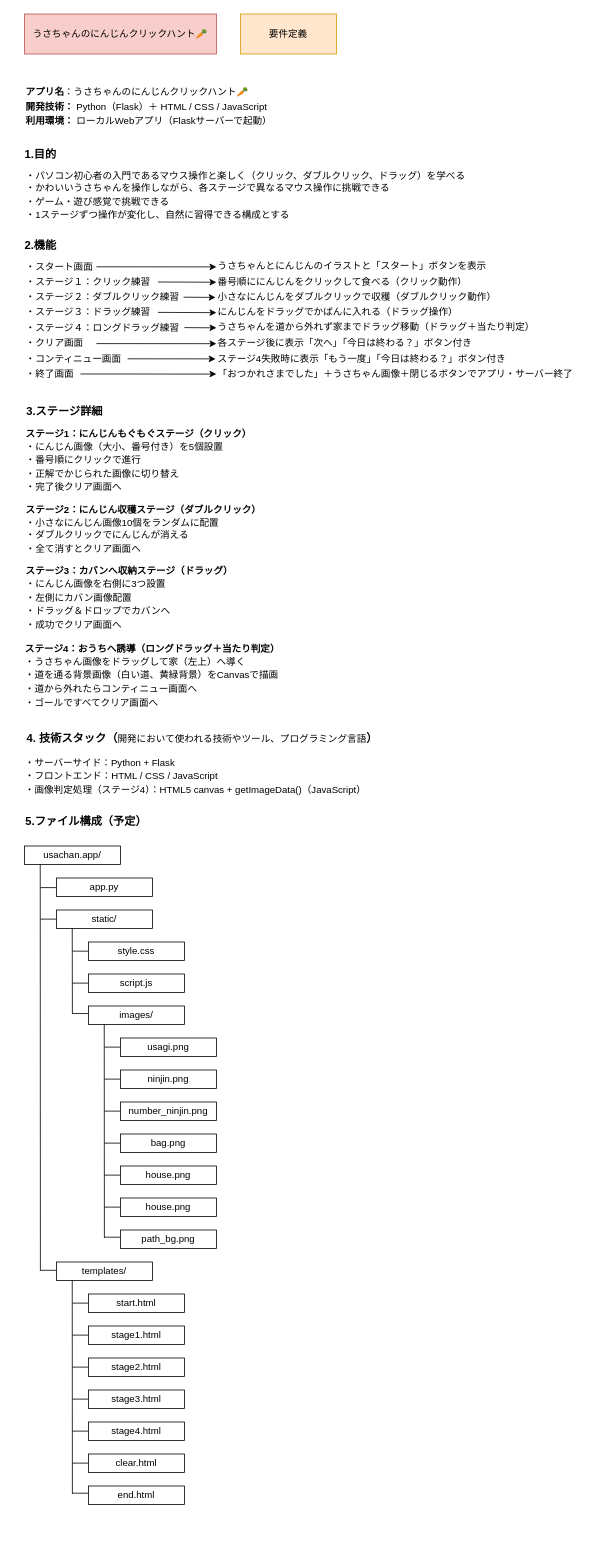
Above: page "要件定義" (3 of 7) of usagi.drawio in erioonishi/usagi_click (draw.io), before the change. Source tidied: cells renumbered, new cells numbered last; positions are measured from the earlier drawing's top-left corner, leaving out a move shared by most shapes. Both pictures are drawn from the tidied source at 80%, with x=0, y=0 at pixel (14, 14).
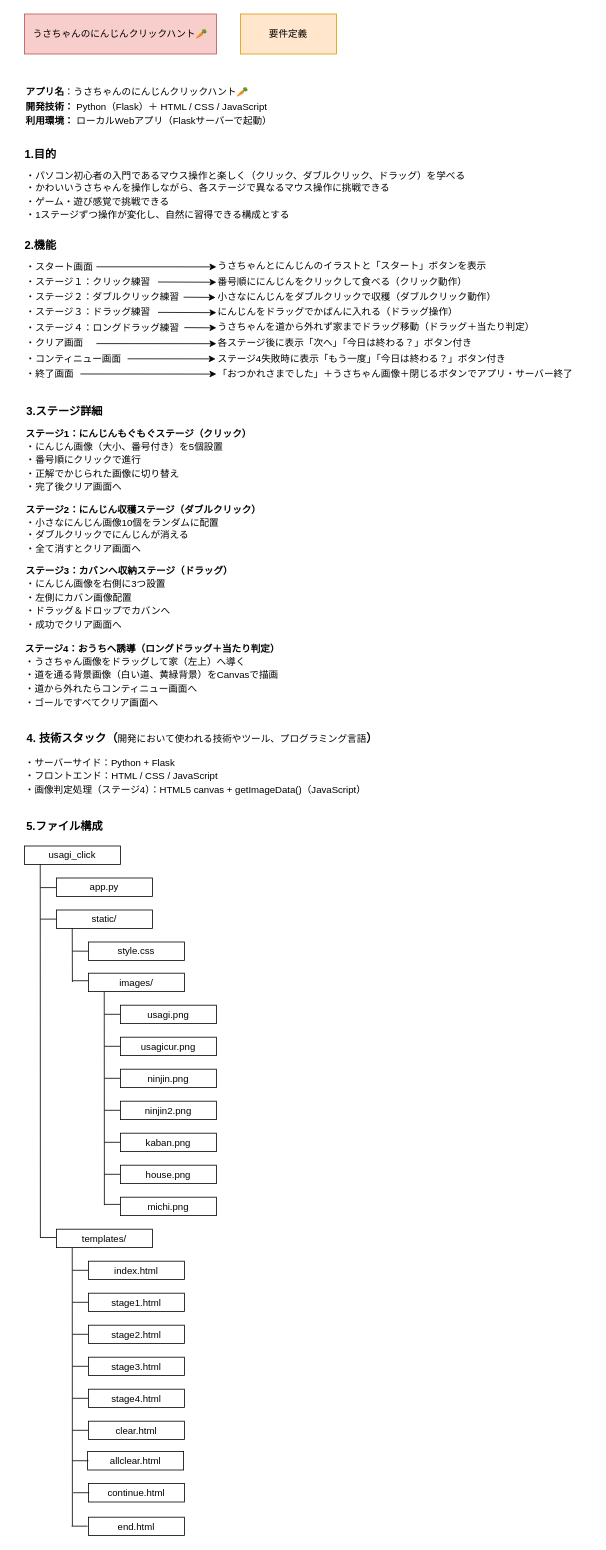
Above is the later version.

Commit message (it also covers changes not shown here):
2025.05.22app.py修正

The edit, as a diff of the source:
```diff
@@
-    <mxCell id="25" value="&lt;b&gt;&lt;font style=&quot;font-size: 14px;&quot;&gt;5.ファイル構成（予定）&lt;/font&gt;&lt;/b&gt;" style="text;html=1;align=center;verticalAlign=middle;strokeColor=none;fillColor=none;" parent="1" vertex="1">
-      <mxGeometry y="994" width="180" height="30" as="geometry" />
+    <mxCell id="25" value="&lt;b&gt;&lt;font style=&quot;font-size: 14px;&quot;&gt;5.ファイル構成&lt;/font&gt;&lt;/b&gt;" style="text;html=1;align=center;verticalAlign=middle;strokeColor=none;fillColor=none;" parent="1" vertex="1">
+      <mxGeometry x="3" y="1001" width="120" height="30" as="geometry" />
     </mxCell>
-    <mxCell id="26" value="usachan.app/" style="rounded=0;whiteSpace=wrap;html=1;" parent="1" vertex="1">
+    <mxCell id="26" value="usagi_click" style="rounded=0;whiteSpace=wrap;html=1;" parent="1" vertex="1">
       <mxGeometry x="13" y="1040" width="120" height="23" as="geometry" />
     </mxCell>
@@
-    <mxCell id="30" value="script.js" style="rounded=0;whiteSpace=wrap;html=1;" parent="1" vertex="1">
-      <mxGeometry x="93" y="1200" width="120" height="23" as="geometry" />
-    </mxCell>
     <mxCell id="31" value="images/" style="rounded=0;whiteSpace=wrap;html=1;" parent="1" vertex="1">
-      <mxGeometry x="93" y="1240" width="120" height="23" as="geometry" />
+      <mxGeometry x="93" y="1199" width="120" height="23" as="geometry" />
     </mxCell>
     <mxCell id="32" value="usagi.png" style="rounded=0;whiteSpace=wrap;html=1;" parent="1" vertex="1">
-      <mxGeometry x="133" y="1280" width="120" height="23" as="geometry" />
+      <mxGeometry x="133" y="1239" width="120" height="23" as="geometry" />
     </mxCell>
-    <mxCell id="33" value="ninjin.png" style="rounded=0;whiteSpace=wrap;html=1;" parent="1" vertex="1">
-      <mxGeometry x="133" y="1320" width="120" height="23" as="geometry" />
+    <mxCell id="33" value="usagicur.png" style="rounded=0;whiteSpace=wrap;html=1;" parent="1" vertex="1">
+      <mxGeometry x="133" y="1279" width="120" height="23" as="geometry" />
     </mxCell>
-    <mxCell id="34" value="number_ninjin.png" style="rounded=0;whiteSpace=wrap;html=1;" parent="1" vertex="1">
-      <mxGeometry x="133" y="1360" width="120" height="23" as="geometry" />
+    <mxCell id="34" value="ninjin.png" style="rounded=0;whiteSpace=wrap;html=1;" parent="1" vertex="1">
+      <mxGeometry x="133" y="1319" width="120" height="23" as="geometry" />
     </mxCell>
-    <mxCell id="35" value="bag.png" style="rounded=0;whiteSpace=wrap;html=1;" parent="1" vertex="1">
-      <mxGeometry x="133" y="1400" width="120" height="23" as="geometry" />
+    <mxCell id="35" value="&lt;span style=&quot;color: rgb(0, 0, 0);&quot;&gt;ninjin2.png&lt;/span&gt;" style="rounded=0;whiteSpace=wrap;html=1;" parent="1" vertex="1">
+      <mxGeometry x="133" y="1359" width="120" height="23" as="geometry" />
     </mxCell>
     <mxCell id="36" value="house.png" style="rounded=0;whiteSpace=wrap;html=1;" parent="1" vertex="1">
-      <mxGeometry x="133" y="1480" width="120" height="23" as="geometry" />
+      <mxGeometry x="133" y="1439" width="120" height="23" as="geometry" />
     </mxCell>
-    <mxCell id="37" value="house.png" style="rounded=0;whiteSpace=wrap;html=1;" parent="1" vertex="1">
-      <mxGeometry x="133" y="1440" width="120" height="23" as="geometry" />
+    <mxCell id="37" value="kaban.png" style="rounded=0;whiteSpace=wrap;html=1;" parent="1" vertex="1">
+      <mxGeometry x="133" y="1399" width="120" height="23" as="geometry" />
     </mxCell>
-    <mxCell id="38" value="path_bg.png" style="rounded=0;whiteSpace=wrap;html=1;" parent="1" vertex="1">
-      <mxGeometry x="133" y="1520" width="120" height="23" as="geometry" />
+    <mxCell id="38" value="michi.png" style="rounded=0;whiteSpace=wrap;html=1;" parent="1" vertex="1">
+      <mxGeometry x="133" y="1479" width="120" height="23" as="geometry" />
     </mxCell>
     <mxCell id="39" value="templates/" style="rounded=0;whiteSpace=wrap;html=1;" parent="1" vertex="1">
-      <mxGeometry x="53" y="1560" width="120" height="23" as="geometry" />
+      <mxGeometry x="53" y="1519" width="120" height="23" as="geometry" />
     </mxCell>
-    <mxCell id="40" value="start.html" style="rounded=0;whiteSpace=wrap;html=1;" parent="1" vertex="1">
-      <mxGeometry x="93" y="1600" width="120" height="23" as="geometry" />
+    <mxCell id="40" value="index.html" style="rounded=0;whiteSpace=wrap;html=1;" parent="1" vertex="1">
+      <mxGeometry x="93" y="1559" width="120" height="23" as="geometry" />
     </mxCell>
     <mxCell id="41" value="stage1.html" style="rounded=0;whiteSpace=wrap;html=1;" parent="1" vertex="1">
-      <mxGeometry x="93" y="1640" width="120" height="23" as="geometry" />
+      <mxGeometry x="93" y="1599" width="120" height="23" as="geometry" />
     </mxCell>
     <mxCell id="42" value="stage2.html" style="rounded=0;whiteSpace=wrap;html=1;" parent="1" vertex="1">
-      <mxGeometry x="93" y="1680" width="120" height="23" as="geometry" />
+      <mxGeometry x="93" y="1639" width="120" height="23" as="geometry" />
     </mxCell>
     <mxCell id="43" value="stage3.html" style="rounded=0;whiteSpace=wrap;html=1;" parent="1" vertex="1">
-      <mxGeometry x="93" y="1720" width="120" height="23" as="geometry" />
+      <mxGeometry x="93" y="1679" width="120" height="23" as="geometry" />
     </mxCell>
     <mxCell id="44" value="stage4.html" style="rounded=0;whiteSpace=wrap;html=1;" parent="1" vertex="1">
-      <mxGeometry x="93" y="1760" width="120" height="23" as="geometry" />
+      <mxGeometry x="93" y="1719" width="120" height="23" as="geometry" />
     </mxCell>
     <mxCell id="45" value="clear.html" style="rounded=0;whiteSpace=wrap;html=1;" parent="1" vertex="1">
-      <mxGeometry x="93" y="1800" width="120" height="23" as="geometry" />
+      <mxGeometry x="93" y="1759" width="120" height="23" as="geometry" />
     </mxCell>
     <mxCell id="46" value="end.html" style="rounded=0;whiteSpace=wrap;html=1;" parent="1" vertex="1">
-      <mxGeometry x="93" y="1840" width="120" height="23" as="geometry" />
+      <mxGeometry x="93" y="1879" width="120" height="23" as="geometry" />
     </mxCell>
     <mxCell id="47" style="endArrow=none;html=1;entryX=0.417;entryY=1.128;entryDx=0;entryDy=0;entryPerimeter=0;" parent="1" edge="1">
       <mxGeometry relative="1" as="geometry">
-        <mxPoint x="33" y="1571" as="sourcePoint" />
+        <mxPoint x="33" y="1530" as="sourcePoint" />
         <mxPoint x="32.8" y="1063" as="targetPoint" />
       </mxGeometry>
     </mxCell>
     <mxCell id="48" style="endArrow=none;html=1;entryX=0.417;entryY=1.128;entryDx=0;entryDy=0;entryPerimeter=0;" parent="1" edge="1">
       <mxGeometry relative="1" as="geometry">
-        <mxPoint x="73" y="1250" as="sourcePoint" />
+        <mxPoint x="73" y="1210" as="sourcePoint" />
         <mxPoint x="72.8" y="1143" as="targetPoint" />
       </mxGeometry>
     </mxCell>
     <mxCell id="49" style="endArrow=none;html=1;entryX=0.417;entryY=1.128;entryDx=0;entryDy=0;entryPerimeter=0;" parent="1" edge="1">
       <mxGeometry relative="1" as="geometry">
-        <mxPoint x="73" y="1850" as="sourcePoint" />
-        <mxPoint x="72.8" y="1583" as="targetPoint" />
+        <mxPoint x="73" y="1890" as="sourcePoint" />
+        <mxPoint x="72.8" y="1542" as="targetPoint" />
       </mxGeometry>
     </mxCell>
     <mxCell id="50" style="endArrow=none;html=1;entryX=0.417;entryY=1.128;entryDx=0;entryDy=0;entryPerimeter=0;" parent="1" edge="1">
       <mxGeometry relative="1" as="geometry">
-        <mxPoint x="113" y="1530" as="sourcePoint" />
-        <mxPoint x="112.8" y="1263" as="targetPoint" />
+        <mxPoint x="113" y="1489" as="sourcePoint" />
+        <mxPoint x="112.8" y="1222" as="targetPoint" />
       </mxGeometry>
     </mxCell>
@@
-    <mxCell id="54" style="endArrow=none;html=1;" parent="1" edge="1">
-      <mxGeometry relative="1" as="geometry">
-        <mxPoint x="73" y="1211.4" as="sourcePoint" />
-        <mxPoint x="93" y="1211.4" as="targetPoint" />
-      </mxGeometry>
-    </mxCell>
     <mxCell id="55" style="endArrow=none;html=1;" parent="1" edge="1">
       <mxGeometry relative="1" as="geometry">
-        <mxPoint x="73" y="1249.4" as="sourcePoint" />
-        <mxPoint x="93" y="1249.4" as="targetPoint" />
+        <mxPoint x="73" y="1208.4" as="sourcePoint" />
+        <mxPoint x="93" y="1208.4" as="targetPoint" />
       </mxGeometry>
     </mxCell>
     <mxCell id="56" style="endArrow=none;html=1;" parent="1" edge="1">
       <mxGeometry relative="1" as="geometry">
-        <mxPoint x="113" y="1291.4" as="sourcePoint" />
-        <mxPoint x="133" y="1291.4" as="targetPoint" />
+        <mxPoint x="113" y="1250.4" as="sourcePoint" />
+        <mxPoint x="133" y="1250.4" as="targetPoint" />
       </mxGeometry>
     </mxCell>
     <mxCell id="57" style="endArrow=none;html=1;" parent="1" edge="1">
       <mxGeometry relative="1" as="geometry">
-        <mxPoint x="113" y="1331.4" as="sourcePoint" />
-        <mxPoint x="133" y="1331.4" as="targetPoint" />
+        <mxPoint x="113" y="1290.4" as="sourcePoint" />
+        <mxPoint x="133" y="1290.4" as="targetPoint" />
       </mxGeometry>
     </mxCell>
     <mxCell id="58" style="endArrow=none;html=1;" parent="1" edge="1">
       <mxGeometry relative="1" as="geometry">
-        <mxPoint x="113" y="1371.4" as="sourcePoint" />
-        <mxPoint x="133" y="1371.4" as="targetPoint" />
+        <mxPoint x="113" y="1330.4" as="sourcePoint" />
+        <mxPoint x="133" y="1330.4" as="targetPoint" />
       </mxGeometry>
     </mxCell>
     <mxCell id="59" style="endArrow=none;html=1;" parent="1" edge="1">
       <mxGeometry relative="1" as="geometry">
-        <mxPoint x="113" y="1411.4" as="sourcePoint" />
-        <mxPoint x="133" y="1411.4" as="targetPoint" />
+        <mxPoint x="113" y="1370.4" as="sourcePoint" />
+        <mxPoint x="133" y="1370.4" as="targetPoint" />
       </mxGeometry>
     </mxCell>
     <mxCell id="60" style="endArrow=none;html=1;" parent="1" edge="1">
       <mxGeometry relative="1" as="geometry">
-        <mxPoint x="113" y="1451.4" as="sourcePoint" />
-        <mxPoint x="133" y="1451.4" as="targetPoint" />
+        <mxPoint x="113" y="1410.4" as="sourcePoint" />
+        <mxPoint x="133" y="1410.4" as="targetPoint" />
       </mxGeometry>
     </mxCell>
     <mxCell id="61" style="endArrow=none;html=1;" parent="1" edge="1">
       <mxGeometry relative="1" as="geometry">
-        <mxPoint x="113" y="1491.4" as="sourcePoint" />
-        <mxPoint x="133" y="1491.4" as="targetPoint" />
+        <mxPoint x="113" y="1450.4" as="sourcePoint" />
+        <mxPoint x="133" y="1450.4" as="targetPoint" />
       </mxGeometry>
     </mxCell>
     <mxCell id="62" style="endArrow=none;html=1;" parent="1" edge="1">
       <mxGeometry relative="1" as="geometry">
-        <mxPoint x="113" y="1529" as="sourcePoint" />
-        <mxPoint x="133" y="1529" as="targetPoint" />
+        <mxPoint x="113" y="1488" as="sourcePoint" />
+        <mxPoint x="133" y="1488" as="targetPoint" />
       </mxGeometry>
     </mxCell>
     <mxCell id="63" style="endArrow=none;html=1;" parent="1" edge="1">
       <mxGeometry relative="1" as="geometry">
-        <mxPoint x="73" y="1611.4" as="sourcePoint" />
-        <mxPoint x="93" y="1611.4" as="targetPoint" />
+        <mxPoint x="73" y="1570.4" as="sourcePoint" />
+        <mxPoint x="93" y="1570.4" as="targetPoint" />
       </mxGeometry>
     </mxCell>
     <mxCell id="64" style="endArrow=none;html=1;" parent="1" edge="1">
       <mxGeometry relative="1" as="geometry">
-        <mxPoint x="73" y="1651.4" as="sourcePoint" />
-        <mxPoint x="93" y="1651.4" as="targetPoint" />
+        <mxPoint x="73" y="1610.4" as="sourcePoint" />
+        <mxPoint x="93" y="1610.4" as="targetPoint" />
       </mxGeometry>
     </mxCell>
     <mxCell id="65" style="endArrow=none;html=1;" parent="1" edge="1">
       <mxGeometry relative="1" as="geometry">
-        <mxPoint x="73" y="1691.4" as="sourcePoint" />
-        <mxPoint x="93" y="1691.4" as="targetPoint" />
+        <mxPoint x="73" y="1650.4" as="sourcePoint" />
+        <mxPoint x="93" y="1650.4" as="targetPoint" />
       </mxGeometry>
     </mxCell>
     <mxCell id="66" style="endArrow=none;html=1;" parent="1" edge="1">
       <mxGeometry relative="1" as="geometry">
-        <mxPoint x="73" y="1731.4" as="sourcePoint" />
-        <mxPoint x="93" y="1731.4" as="targetPoint" />
+        <mxPoint x="73" y="1690.4" as="sourcePoint" />
+        <mxPoint x="93" y="1690.4" as="targetPoint" />
       </mxGeometry>
     </mxCell>
     <mxCell id="67" style="endArrow=none;html=1;" parent="1" edge="1">
       <mxGeometry relative="1" as="geometry">
-        <mxPoint x="73" y="1771.4" as="sourcePoint" />
-        <mxPoint x="93" y="1771.4" as="targetPoint" />
+        <mxPoint x="73" y="1730.4" as="sourcePoint" />
+        <mxPoint x="93" y="1730.4" as="targetPoint" />
       </mxGeometry>
     </mxCell>
     <mxCell id="68" style="endArrow=none;html=1;" parent="1" edge="1">
       <mxGeometry relative="1" as="geometry">
-        <mxPoint x="73" y="1811.4" as="sourcePoint" />
-        <mxPoint x="93" y="1811.4" as="targetPoint" />
+        <mxPoint x="73" y="1770.4" as="sourcePoint" />
+        <mxPoint x="93" y="1770.4" as="targetPoint" />
       </mxGeometry>
     </mxCell>
     <mxCell id="69" style="endArrow=none;html=1;" parent="1" edge="1">
       <mxGeometry relative="1" as="geometry">
-        <mxPoint x="73" y="1849" as="sourcePoint" />
-        <mxPoint x="93" y="1849" as="targetPoint" />
+        <mxPoint x="72" y="1890.2" as="sourcePoint" />
+        <mxPoint x="92" y="1890.2" as="targetPoint" />
       </mxGeometry>
     </mxCell>
     <mxCell id="70" style="endArrow=none;html=1;" parent="1" edge="1">
       <mxGeometry relative="1" as="geometry">
-        <mxPoint x="33" y="1570.4" as="sourcePoint" />
-        <mxPoint x="53" y="1570.4" as="targetPoint" />
+        <mxPoint x="33" y="1529.4" as="sourcePoint" />
+        <mxPoint x="53" y="1529.4" as="targetPoint" />
       </mxGeometry>
     </mxCell>
+    <mxCell id="71" value="allclear.html" style="rounded=0;whiteSpace=wrap;html=1;" parent="1" vertex="1">
+      <mxGeometry x="92" y="1797" width="120" height="23" as="geometry" />
+    </mxCell>
+    <mxCell id="72" style="endArrow=none;html=1;" parent="1" edge="1">
+      <mxGeometry relative="1" as="geometry">
+        <mxPoint x="73" y="1808.4" as="sourcePoint" />
+        <mxPoint x="93" y="1808.4" as="targetPoint" />
+      </mxGeometry>
+    </mxCell>
+    <mxCell id="73" value="continue.html" style="rounded=0;whiteSpace=wrap;html=1;" parent="1" vertex="1">
+      <mxGeometry x="93" y="1837" width="120" height="23" as="geometry" />
+    </mxCell>
+    <mxCell id="74" style="endArrow=none;html=1;" parent="1" edge="1">
+      <mxGeometry relative="1" as="geometry">
+        <mxPoint x="74" y="1848.4" as="sourcePoint" />
+        <mxPoint x="94" y="1848.4" as="targetPoint" />
+      </mxGeometry>
+    </mxCell>
```
